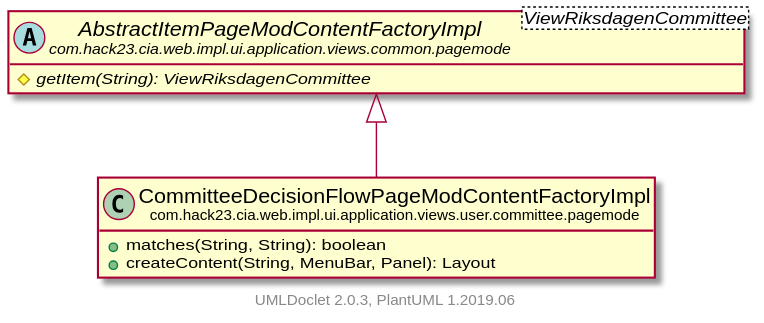
The PlantUML diagram apidocs/com/hack23/cia/web/impl/ui/application/views/user/committee/pagemode/CommitteeDecisionFlowPageModContentFactoryImpl.svg in Hack23/cia, before a commit. Its diagram source:
```plantuml
@startuml
    set namespaceSeparator none
    hide empty fields
    hide empty methods

    class "<size:14>CommitteeDecisionFlowPageModContentFactoryImpl\n<size:10>com.hack23.cia.web.impl.ui.application.views.user.committee.pagemode" as com.hack23.cia.web.impl.ui.application.views.user.committee.pagemode.CommitteeDecisionFlowPageModContentFactoryImpl [[CommitteeDecisionFlowPageModContentFactoryImpl.html]] {
        +matches(String, String): boolean
        +createContent(String, MenuBar, Panel): Layout
    }

    abstract class "<size:14>AbstractItemPageModContentFactoryImpl\n<size:10>com.hack23.cia.web.impl.ui.application.views.common.pagemode" as com.hack23.cia.web.impl.ui.application.views.common.pagemode.AbstractItemPageModContentFactoryImpl<ViewRiksdagenCommittee> [[../../../common/pagemode/AbstractItemPageModContentFactoryImpl.html]] {
        {abstract} #getItem(String): ViewRiksdagenCommittee
    }

    com.hack23.cia.web.impl.ui.application.views.common.pagemode.AbstractItemPageModContentFactoryImpl <|-- com.hack23.cia.web.impl.ui.application.views.user.committee.pagemode.CommitteeDecisionFlowPageModContentFactoryImpl

    center footer UMLDoclet 2.0.3, PlantUML 1.2019.06
@enduml
```
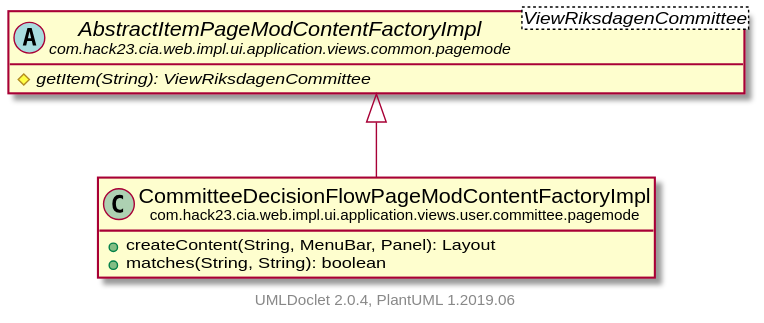
After the commit.

What changed in the source:
```diff
@@ -4,8 +4,8 @@
     hide empty methods
 
     class "<size:14>CommitteeDecisionFlowPageModContentFactoryImpl\n<size:10>com.hack23.cia.web.impl.ui.application.views.user.committee.pagemode" as com.hack23.cia.web.impl.ui.application.views.user.committee.pagemode.CommitteeDecisionFlowPageModContentFactoryImpl [[CommitteeDecisionFlowPageModContentFactoryImpl.html]] {
+        +createContent(String, MenuBar, Panel): Layout
         +matches(String, String): boolean
-        +createContent(String, MenuBar, Panel): Layout
     }
 
     abstract class "<size:14>AbstractItemPageModContentFactoryImpl\n<size:10>com.hack23.cia.web.impl.ui.application.views.common.pagemode" as com.hack23.cia.web.impl.ui.application.views.common.pagemode.AbstractItemPageModContentFactoryImpl<ViewRiksdagenCommittee> [[../../../common/pagemode/AbstractItemPageModContentFactoryImpl.html]] {
@@ -14,5 +14,5 @@
 
     com.hack23.cia.web.impl.ui.application.views.common.pagemode.AbstractItemPageModContentFactoryImpl <|-- com.hack23.cia.web.impl.ui.application.views.user.committee.pagemode.CommitteeDecisionFlowPageModContentFactoryImpl
 
-    center footer UMLDoclet 2.0.3, PlantUML 1.2019.06
+    center footer UMLDoclet 2.0.4, PlantUML 1.2019.06
 @enduml
```
